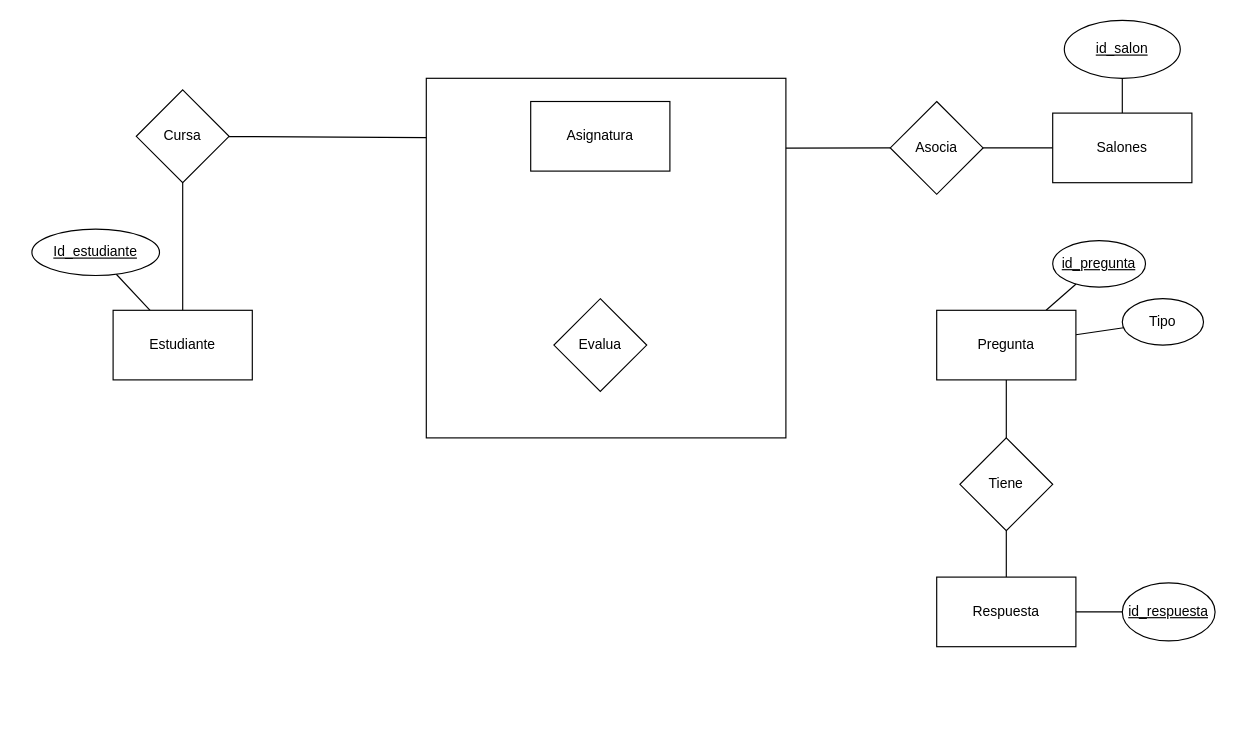
Above: Untitled Diagram.drawio in jesalazaro/ER-diagrams (draw.io), before the change. Source tidied: cells renumbered, new cells numbered last; positions are measured from the earlier drawing's top-left corner, leaving out a move shared by most shapes. Both pictures are drawn from the tidied source at 116%, with x=0, y=0 at pixel (31, 20).
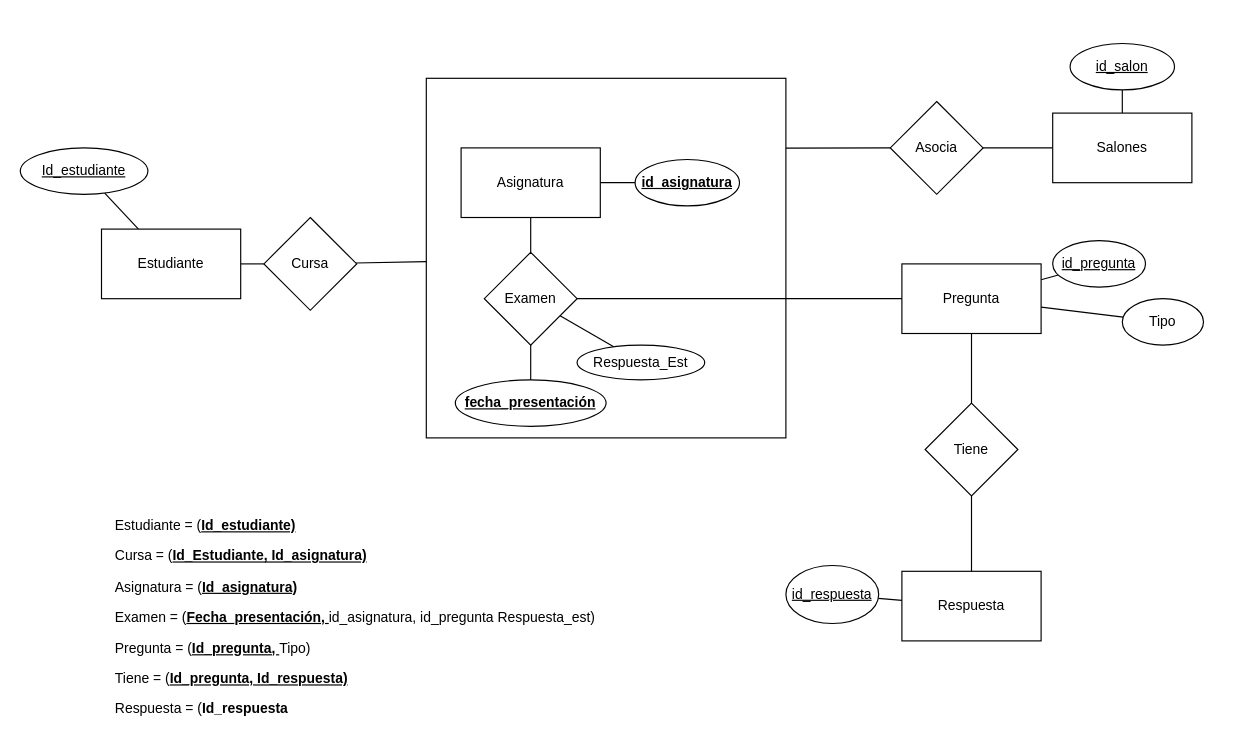
The same page after the edit.

The change refers to these unchanged cells:
```xml
<mxCell id="2" style="whiteSpace=wrap;html=1;" parent="1" vertex="1">
  <mxGeometry x="340" y="50" width="310" height="310" as="geometry" />
</mxCell>
```

What changed in the source:
```diff
@@
+    <mxCell id="28" style="edgeStyle=none;rounded=0;jettySize=auto;html=1;startArrow=none;startFill=0;endArrow=none;endFill=0;" parent="1" edge="1" source="3" target="33">
+      <mxGeometry relative="1" as="geometry" />
+    </mxCell>
+    <mxCell id="29" style="edgeStyle=none;rounded=0;jettySize=auto;html=1;startArrow=none;startFill=0;endArrow=none;endFill=0;" parent="1" edge="1" source="3" target="37">
+      <mxGeometry relative="1" as="geometry" />
+    </mxCell>
     <mxCell id="3" value="Asignatura" style="rounded=0;whiteSpace=wrap;html=1;" parent="1" vertex="1">
-      <mxGeometry x="430" y="70" width="120" height="60" as="geometry" />
+      <mxGeometry x="370" y="110" width="120" height="60" as="geometry" />
     </mxCell>
@@
     <mxCell id="6" value="Estudiante" style="rounded=0;whiteSpace=wrap;html=1;" parent="1" vertex="1">
-      <mxGeometry x="70" y="250" width="120" height="60" as="geometry" />
+      <mxGeometry x="60" y="180" width="120" height="60" as="geometry" />
     </mxCell>
@@
     <mxCell id="10" value="&lt;div&gt;Pregunta&lt;/div&gt;" style="rounded=0;whiteSpace=wrap;html=1;" parent="1" vertex="1">
-      <mxGeometry x="780" y="250" width="120" height="60" as="geometry" />
+      <mxGeometry x="750" y="210" width="120" height="60" as="geometry" />
     </mxCell>
@@
     <mxCell id="13" value="Respuesta" style="rounded=0;whiteSpace=wrap;html=1;" parent="1" vertex="1">
-      <mxGeometry x="780" y="480" width="120" height="60" as="geometry" />
+      <mxGeometry x="750" y="475" width="120" height="60" as="geometry" />
     </mxCell>
@@
     <mxCell id="16" value="&lt;u&gt;Id_estudiante&lt;/u&gt;" style="ellipse;whiteSpace=wrap;html=1;rounded=0;" parent="1" vertex="1">
-      <mxGeometry y="180" width="110" height="40" as="geometry" />
+      <mxGeometry x="-10" y="110" width="110" height="40" as="geometry" />
     </mxCell>
     <mxCell id="17" value="&lt;u&gt;id_respuesta&lt;/u&gt;" style="ellipse;whiteSpace=wrap;html=1;rounded=0;" parent="1" vertex="1">
-      <mxGeometry x="940" y="485" width="80" height="50" as="geometry" />
+      <mxGeometry x="650" y="470" width="80" height="50" as="geometry" />
     </mxCell>
-    <mxCell id="18" style="edgeStyle=none;rounded=0;jettySize=auto;html=1;entryX=0;entryY=0.165;entryDx=0;entryDy=0;entryPerimeter=0;endArrow=none;endFill=0;" parent="1" edge="1" source="19" target="2">
+    <mxCell id="18" style="edgeStyle=none;rounded=0;jettySize=auto;html=1;startArrow=none;startFill=0;endArrow=none;endFill=0;" parent="1" edge="1" source="19" target="2">
       <mxGeometry relative="1" as="geometry" />
     </mxCell>
     <mxCell id="19" value="Cursa" style="rhombus;whiteSpace=wrap;html=1;rounded=0;" parent="1" vertex="1">
-      <mxGeometry x="90" y="60" width="80" height="80" as="geometry" />
+      <mxGeometry x="200" y="170" width="80" height="80" as="geometry" />
     </mxCell>
@@
     <mxCell id="25" value="&lt;u&gt;id_salon&lt;/u&gt;" style="ellipse;whiteSpace=wrap;html=1;" parent="1" vertex="1">
-      <mxGeometry x="890" width="100" height="50" as="geometry" />
+      <mxGeometry x="895" y="20" width="90" height="40" as="geometry" />
     </mxCell>
-    <mxCell id="26" value="Evalua" style="rhombus;whiteSpace=wrap;html=1;rounded=0;" parent="1" vertex="1">
-      <mxGeometry x="450" y="240" width="80" height="80" as="geometry" />
-    </mxCell>
     <mxCell id="27" value="Tiene" style="rhombus;whiteSpace=wrap;html=1;rounded=0;" parent="1" vertex="1">
-      <mxGeometry x="800" y="360" width="80" height="80" as="geometry" />
+      <mxGeometry x="770" y="330" width="80" height="80" as="geometry" />
     </mxCell>
+    <mxCell id="30" style="edgeStyle=none;rounded=0;jettySize=auto;html=1;startArrow=none;startFill=0;endArrow=none;endFill=0;" parent="1" edge="1" source="33" target="10">
+      <mxGeometry relative="1" as="geometry" />
+    </mxCell>
+    <mxCell id="31" style="edgeStyle=none;rounded=0;jettySize=auto;html=1;startArrow=none;startFill=0;endArrow=none;endFill=0;" parent="1" edge="1" source="33" target="34">
+      <mxGeometry relative="1" as="geometry" />
+    </mxCell>
+    <mxCell id="32" style="edgeStyle=none;rounded=0;jettySize=auto;html=1;startArrow=none;startFill=0;endArrow=none;endFill=0;" parent="1" edge="1" source="33" target="35">
+      <mxGeometry relative="1" as="geometry" />
+    </mxCell>
+    <mxCell id="33" value="Examen" style="rhombus;whiteSpace=wrap;html=1;rounded=0;" parent="1" vertex="1">
+      <mxGeometry x="390" y="200" width="80" height="80" as="geometry" />
+    </mxCell>
+    <mxCell id="34" value="&lt;b&gt;&lt;u&gt;fecha_presentación&lt;/u&gt;&lt;/b&gt;" style="ellipse;whiteSpace=wrap;html=1;rounded=0;" parent="1" vertex="1">
+      <mxGeometry x="365" y="310" width="130" height="40" as="geometry" />
+    </mxCell>
+    <mxCell id="35" value="Respuesta_Est" style="ellipse;whiteSpace=wrap;html=1;rounded=0;" parent="1" vertex="1">
+      <mxGeometry x="470" y="280" width="110" height="30" as="geometry" />
+    </mxCell>
+    <mxCell id="36" style="edgeStyle=none;rounded=0;orthogonalLoop=1;jettySize=auto;html=1;exitX=0.75;exitY=1;exitDx=0;exitDy=0;startArrow=none;startFill=0;endArrow=none;endFill=0;" parent="1" edge="1" source="3" target="3">
+      <mxGeometry relative="1" as="geometry" />
+    </mxCell>
+    <mxCell id="37" value="&lt;u&gt;&lt;b&gt;id_asignatura&lt;/b&gt;&lt;/u&gt;" style="ellipse;whiteSpace=wrap;html=1;rounded=0;" parent="1" vertex="1">
+      <mxGeometry x="520" y="120" width="90" height="40" as="geometry" />
+    </mxCell>
+    <mxCell id="38" value="&lt;p class=&quot;Normal&quot;&gt;&lt;span class=&quot;tm5&quot;&gt;Estudiante = (&lt;/span&gt;&lt;strong&gt;&lt;u&gt;&lt;span class=&quot;tm6&quot;&gt;Id_estudiante)&lt;/span&gt;&lt;/u&gt;&lt;/strong&gt;&lt;/p&gt;&lt;p class=&quot;Normal&quot;&gt;&lt;span class=&quot;tm5&quot;&gt;Cursa = (&lt;/span&gt;&lt;strong&gt;&lt;u&gt;&lt;span class=&quot;tm6&quot;&gt;Id_Estudiante, Id_asignatura)&lt;/span&gt;&lt;/u&gt;&lt;/strong&gt;&lt;/p&gt;&lt;p class=&quot;Normal&quot;&gt;&lt;span class=&quot;tm5&quot;&gt;Asignatura = (&lt;/span&gt;&lt;strong&gt;&lt;u&gt;&lt;span class=&quot;tm6&quot;&gt;Id_asignatura)&lt;/span&gt;&lt;/u&gt;&lt;/strong&gt;&lt;/p&gt;&lt;p class=&quot;Normal&quot;&gt;&lt;span class=&quot;tm5&quot;&gt;Examen = (&lt;/span&gt;&lt;strong&gt;&lt;u&gt;&lt;span class=&quot;tm6&quot;&gt;Fecha_presentación, &lt;/span&gt;&lt;/u&gt;&lt;/strong&gt;&lt;span class=&quot;tm5&quot;&gt;id_asignatura, id_pregunta Respuesta_est)&lt;/span&gt;&lt;/p&gt;&lt;p class=&quot;Normal&quot;&gt;&lt;span class=&quot;tm5&quot;&gt;Pregunta = (&lt;/span&gt;&lt;strong&gt;&lt;u&gt;&lt;span class=&quot;tm6&quot;&gt;Id_pregunta, &lt;/span&gt;&lt;/u&gt;&lt;/strong&gt;&lt;span class=&quot;tm5&quot;&gt;Tipo)&lt;/span&gt;&lt;/p&gt;&lt;span class=&quot;tm5&quot;&gt;Tiene = (&lt;/span&gt;&lt;strong&gt;&lt;u&gt;&lt;span class=&quot;tm6&quot;&gt;Id_pregunta, Id_respuesta)&lt;/span&gt;&lt;/u&gt;&lt;/strong&gt;&lt;br&gt;&lt;p class=&quot;Normal&quot;&gt;&lt;span class=&quot;tm5&quot;&gt;Respuesta = (&lt;/span&gt;&lt;strong&gt;&lt;span class=&quot;tm6&quot;&gt;Id_respuesta&lt;/span&gt;&lt;/strong&gt;&lt;/p&gt;" style="text;whiteSpace=wrap;html=1;" parent="1" vertex="1">
+      <mxGeometry x="70" y="410" width="440" height="200" as="geometry" />
+    </mxCell>
```
